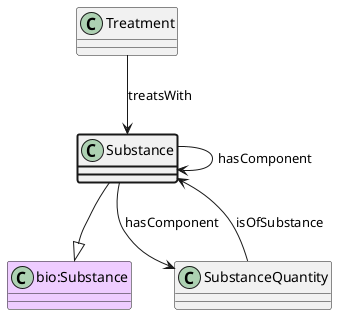
Earlier version of the PlantUML export ttl_uml/ttl_appn_Substance.png (aus-plant-phenomics-network/appn-schema).
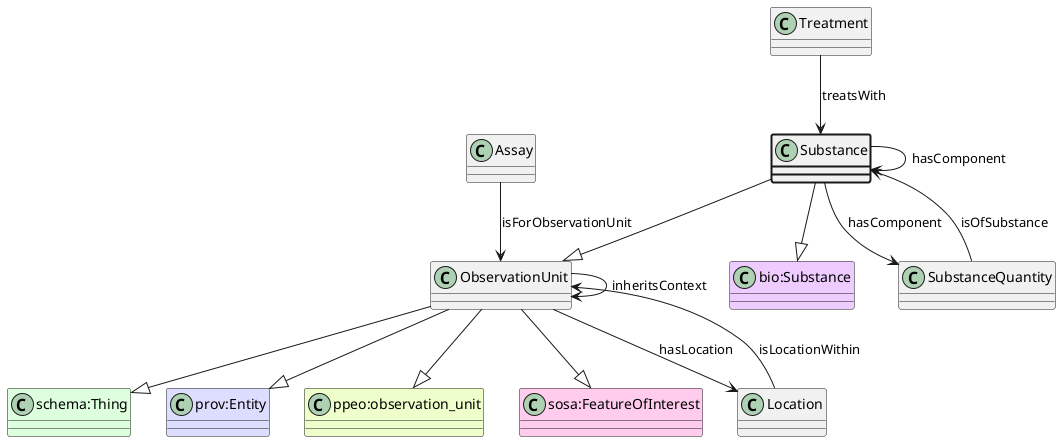
Above is the later version.

Commit message:
Substance as ObservationUnit

What changed in the source:
```diff
@@ -1,5 +1,15 @@
 @startuml
 class Substance  #line.bold
+class ObservationUnit
+class "schema:Thing" #DDFFDD
+ObservationUnit --|> "schema:Thing"
+class "prov:Entity" #DDDDFF
+ObservationUnit --|> "prov:Entity"
+class "ppeo:observation_unit" #EEFFCC
+ObservationUnit --|> "ppeo:observation_unit"
+class "sosa:FeatureOfInterest" #FFCCEE
+ObservationUnit --|> "sosa:FeatureOfInterest"
+Substance --|> ObservationUnit
 class "bio:Substance" #EECCFF
 Substance --|> "bio:Substance"
 class Treatment
@@ -9,4 +19,12 @@
 Substance --> SubstanceQuantity : hasComponent
 class SubstanceQuantity
 SubstanceQuantity --> Substance : isOfSubstance
+class Assay
+Assay --> ObservationUnit : isForObservationUnit
+class ObservationUnit
+ObservationUnit --> ObservationUnit : inheritsContext
+class Location
+ObservationUnit --> Location : hasLocation
+class Location
+Location --> ObservationUnit : isLocationWithin
 @enduml
```
